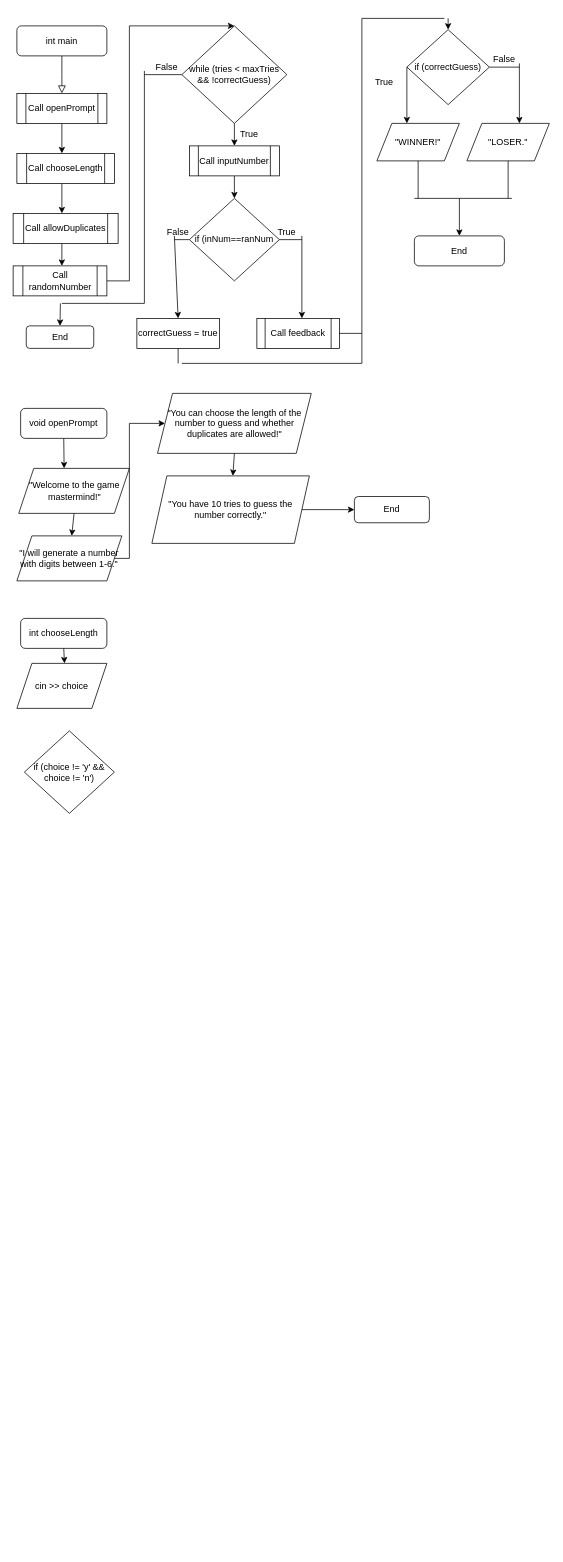
The draw.io diagram Mastermind/Untitled Diagram.drawio in calipalii/CIS7, before the edit. Source tidied: cells renumbered, new cells numbered last; positions are measured from the earlier drawing's top-left corner, leaving out a move shared by most shapes. Both pictures are drawn from the tidied source at 75%, with x=0, y=0 at pixel (13, 18).
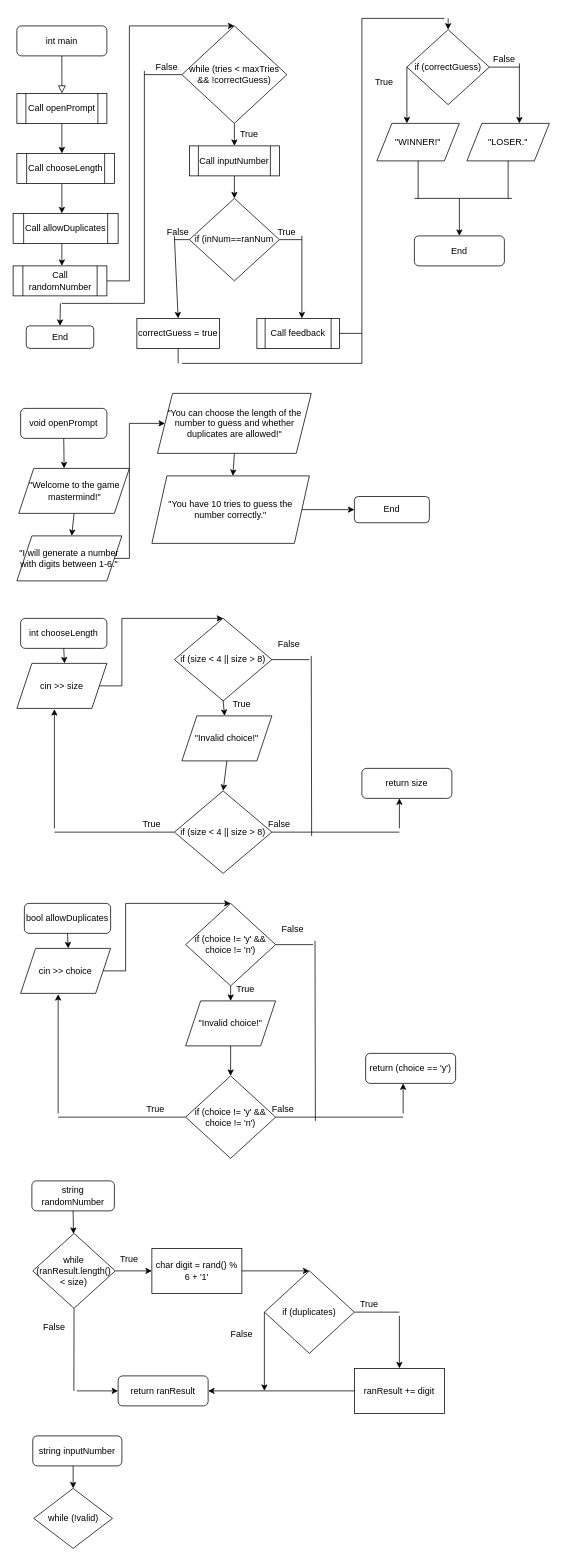
After the change.

Diff of the diagram source:
```diff
@@
-    <mxCell id="69" value="cin &amp;gt;&amp;gt; choice" style="shape=parallelogram;perimeter=parallelogramPerimeter;whiteSpace=wrap;html=1;fixedSize=1;" parent="1" vertex="1">
+    <mxCell id="69" value="cin &amp;gt;&amp;gt; size" style="shape=parallelogram;perimeter=parallelogramPerimeter;whiteSpace=wrap;html=1;fixedSize=1;" parent="1" vertex="1">
       <mxGeometry x="5" y="860" width="120" height="60" as="geometry" />
     </mxCell>
-    <mxCell id="70" value="if (choice != 'y' &amp;amp;&amp;amp; choice != 'n')" style="rhombus;whiteSpace=wrap;html=1;" parent="1" vertex="1">
-      <mxGeometry x="15" y="950" width="120" height="110" as="geometry" />
+    <mxCell id="70" value="if (size &amp;lt; 4 || size &amp;gt; 8)" style="rhombus;whiteSpace=wrap;html=1;" parent="1" vertex="1">
+      <mxGeometry x="215" y="800" width="130" height="110" as="geometry" />
     </mxCell>
+    <mxCell id="71" style="endArrow=none;html=1;rounded=0;exitX=1;exitY=0.5;exitDx=0;exitDy=0;" parent="1" edge="1" source="69">
+      <mxGeometry relative="1" as="geometry">
+        <mxPoint x="145" y="890" as="targetPoint" />
+      </mxGeometry>
+    </mxCell>
+    <mxCell id="72" style="endArrow=none;html=1;rounded=0;" parent="1" edge="1">
+      <mxGeometry relative="1" as="geometry">
+        <mxPoint x="145" y="890" as="sourcePoint" />
+        <mxPoint x="145" y="800" as="targetPoint" />
+      </mxGeometry>
+    </mxCell>
+    <mxCell id="73" style="endArrow=classic;html=1;rounded=0;entryX=0.5;entryY=0;entryDx=0;entryDy=0;" parent="1" edge="1" target="70">
+      <mxGeometry relative="1" as="geometry">
+        <mxPoint x="145" y="800" as="sourcePoint" />
+      </mxGeometry>
+    </mxCell>
+    <mxCell id="74" style="endArrow=classic;html=1;rounded=0;exitX=0.5;exitY=1;exitDx=0;exitDy=0;" parent="1" edge="1" source="70" target="75">
+      <mxGeometry relative="1" as="geometry" />
+    </mxCell>
+    <mxCell id="75" value="&quot;Invalid choice!&quot;" style="shape=parallelogram;perimeter=parallelogramPerimeter;whiteSpace=wrap;html=1;fixedSize=1;" parent="1" vertex="1">
+      <mxGeometry x="225" y="930" width="120" height="60" as="geometry" />
+    </mxCell>
+    <mxCell id="76" style="endArrow=classic;html=1;rounded=0;exitX=0.5;exitY=1;exitDx=0;exitDy=0;entryX=0.5;entryY=0;entryDx=0;entryDy=0;" parent="1" edge="1" source="75" target="77">
+      <mxGeometry relative="1" as="geometry" />
+    </mxCell>
+    <mxCell id="77" value="if (size &amp;lt; 4 || size &amp;gt; 8)" style="rhombus;whiteSpace=wrap;html=1;" parent="1" vertex="1">
+      <mxGeometry x="215" y="1030" width="130" height="110" as="geometry" />
+    </mxCell>
+    <mxCell id="78" value="True" style="text;html=1;align=center;verticalAlign=middle;whiteSpace=wrap;rounded=0;" parent="1" vertex="1">
+      <mxGeometry x="275" y="900" width="60" height="30" as="geometry" />
+    </mxCell>
+    <mxCell id="79" style="endArrow=none;html=1;rounded=0;exitX=1;exitY=0.5;exitDx=0;exitDy=0;" parent="1" edge="1" source="70">
+      <mxGeometry relative="1" as="geometry">
+        <mxPoint x="395" y="855" as="targetPoint" />
+      </mxGeometry>
+    </mxCell>
+    <mxCell id="80" value="False" style="text;html=1;align=center;verticalAlign=middle;whiteSpace=wrap;rounded=0;" parent="1" vertex="1">
+      <mxGeometry x="337.5" y="820" width="60" height="30" as="geometry" />
+    </mxCell>
+    <mxCell id="81" value="return size" style="rounded=1;whiteSpace=wrap;html=1;" parent="1" vertex="1">
+      <mxGeometry x="465" y="1000" width="120" height="40" as="geometry" />
+    </mxCell>
+    <mxCell id="82" style="endArrow=none;html=1;rounded=0;exitX=0;exitY=0.5;exitDx=0;exitDy=0;" parent="1" edge="1" source="77">
+      <mxGeometry relative="1" as="geometry">
+        <mxPoint x="55" y="1085" as="targetPoint" />
+      </mxGeometry>
+    </mxCell>
+    <mxCell id="83" style="endArrow=classic;html=1;rounded=0;entryX=0.417;entryY=1.017;entryDx=0;entryDy=0;entryPerimeter=0;" parent="1" edge="1" target="69">
+      <mxGeometry relative="1" as="geometry">
+        <mxPoint x="55" y="1080" as="sourcePoint" />
+      </mxGeometry>
+    </mxCell>
+    <mxCell id="84" value="True" style="text;html=1;align=center;verticalAlign=middle;whiteSpace=wrap;rounded=0;" parent="1" vertex="1">
+      <mxGeometry x="155" y="1060" width="60" height="30" as="geometry" />
+    </mxCell>
+    <mxCell id="85" style="endArrow=none;html=1;rounded=0;exitX=1;exitY=0.5;exitDx=0;exitDy=0;" parent="1" edge="1" source="77">
+      <mxGeometry relative="1" as="geometry">
+        <mxPoint x="515" y="1085" as="targetPoint" />
+      </mxGeometry>
+    </mxCell>
+    <mxCell id="86" style="endArrow=classic;html=1;rounded=0;entryX=0.417;entryY=1;entryDx=0;entryDy=0;entryPerimeter=0;" parent="1" edge="1" target="81">
+      <mxGeometry relative="1" as="geometry">
+        <mxPoint x="515" y="1080" as="sourcePoint" />
+      </mxGeometry>
+    </mxCell>
+    <mxCell id="87" value="False" style="text;html=1;align=center;verticalAlign=middle;whiteSpace=wrap;rounded=0;" parent="1" vertex="1">
+      <mxGeometry x="325" y="1060" width="60" height="30" as="geometry" />
+    </mxCell>
+    <mxCell id="88" style="endArrow=none;html=1;rounded=0;entryX=1;entryY=1;entryDx=0;entryDy=0;" parent="1" edge="1" target="80">
+      <mxGeometry relative="1" as="geometry">
+        <mxPoint x="398" y="1090" as="sourcePoint" />
+      </mxGeometry>
+    </mxCell>
+    <mxCell id="89" value="bool allowDuplicates" style="rounded=1;whiteSpace=wrap;html=1;" parent="1" vertex="1">
+      <mxGeometry x="15" y="1180" width="115" height="40" as="geometry" />
+    </mxCell>
+    <mxCell id="90" style="endArrow=classic;html=1;rounded=0;exitX=0.5;exitY=1;exitDx=0;exitDy=0;" parent="1" edge="1" source="89">
+      <mxGeometry relative="1" as="geometry">
+        <mxPoint x="73.5" y="1240" as="targetPoint" />
+      </mxGeometry>
+    </mxCell>
+    <mxCell id="91" value="cin &amp;gt;&amp;gt; choice" style="shape=parallelogram;perimeter=parallelogramPerimeter;whiteSpace=wrap;html=1;fixedSize=1;" parent="1" vertex="1">
+      <mxGeometry x="10" y="1240" width="120" height="60" as="geometry" />
+    </mxCell>
+    <mxCell id="92" value="if (choice != 'y' &amp;amp;&amp;amp; choice != 'n')" style="rhombus;whiteSpace=wrap;html=1;" parent="1" vertex="1">
+      <mxGeometry x="230" y="1180" width="120" height="110" as="geometry" />
+    </mxCell>
+    <mxCell id="93" style="endArrow=none;html=1;rounded=0;exitX=1;exitY=0.5;exitDx=0;exitDy=0;" parent="1" edge="1" source="91">
+      <mxGeometry relative="1" as="geometry">
+        <mxPoint x="150" y="1270" as="targetPoint" />
+      </mxGeometry>
+    </mxCell>
+    <mxCell id="94" style="endArrow=none;html=1;rounded=0;" parent="1" edge="1">
+      <mxGeometry relative="1" as="geometry">
+        <mxPoint x="150" y="1270" as="sourcePoint" />
+        <mxPoint x="150" y="1180" as="targetPoint" />
+      </mxGeometry>
+    </mxCell>
+    <mxCell id="95" style="endArrow=classic;html=1;rounded=0;entryX=0.5;entryY=0;entryDx=0;entryDy=0;" parent="1" edge="1" target="92">
+      <mxGeometry relative="1" as="geometry">
+        <mxPoint x="150" y="1180" as="sourcePoint" />
+      </mxGeometry>
+    </mxCell>
+    <mxCell id="96" style="endArrow=classic;html=1;rounded=0;exitX=0.5;exitY=1;exitDx=0;exitDy=0;" parent="1" edge="1" source="92" target="97">
+      <mxGeometry relative="1" as="geometry" />
+    </mxCell>
+    <mxCell id="97" value="&quot;Invalid choice!&quot;" style="shape=parallelogram;perimeter=parallelogramPerimeter;whiteSpace=wrap;html=1;fixedSize=1;" parent="1" vertex="1">
+      <mxGeometry x="230" y="1310" width="120" height="60" as="geometry" />
+    </mxCell>
+    <mxCell id="98" style="endArrow=classic;html=1;rounded=0;exitX=0.5;exitY=1;exitDx=0;exitDy=0;entryX=0.5;entryY=0;entryDx=0;entryDy=0;" parent="1" edge="1" source="97" target="99">
+      <mxGeometry relative="1" as="geometry" />
+    </mxCell>
+    <mxCell id="99" value="if (choice != 'y' &amp;amp;&amp;amp; choice != 'n')" style="rhombus;whiteSpace=wrap;html=1;" parent="1" vertex="1">
+      <mxGeometry x="230" y="1410" width="120" height="110" as="geometry" />
+    </mxCell>
+    <mxCell id="100" value="True" style="text;html=1;align=center;verticalAlign=middle;whiteSpace=wrap;rounded=0;" parent="1" vertex="1">
+      <mxGeometry x="280" y="1280" width="60" height="30" as="geometry" />
+    </mxCell>
+    <mxCell id="101" style="endArrow=none;html=1;rounded=0;exitX=1;exitY=0.5;exitDx=0;exitDy=0;" parent="1" edge="1" source="92">
+      <mxGeometry relative="1" as="geometry">
+        <mxPoint x="400" y="1235" as="targetPoint" />
+      </mxGeometry>
+    </mxCell>
+    <mxCell id="102" value="False" style="text;html=1;align=center;verticalAlign=middle;whiteSpace=wrap;rounded=0;" parent="1" vertex="1">
+      <mxGeometry x="342.5" y="1200" width="60" height="30" as="geometry" />
+    </mxCell>
+    <mxCell id="103" value="return (choice == 'y')" style="rounded=1;whiteSpace=wrap;html=1;" parent="1" vertex="1">
+      <mxGeometry x="470" y="1380" width="120" height="40" as="geometry" />
+    </mxCell>
+    <mxCell id="104" style="endArrow=none;html=1;rounded=0;exitX=0;exitY=0.5;exitDx=0;exitDy=0;" parent="1" edge="1" source="99">
+      <mxGeometry relative="1" as="geometry">
+        <mxPoint x="60" y="1465" as="targetPoint" />
+      </mxGeometry>
+    </mxCell>
+    <mxCell id="105" style="endArrow=classic;html=1;rounded=0;entryX=0.417;entryY=1.017;entryDx=0;entryDy=0;entryPerimeter=0;" parent="1" edge="1" target="91">
+      <mxGeometry relative="1" as="geometry">
+        <mxPoint x="60" y="1460" as="sourcePoint" />
+      </mxGeometry>
+    </mxCell>
+    <mxCell id="106" value="True" style="text;html=1;align=center;verticalAlign=middle;whiteSpace=wrap;rounded=0;" parent="1" vertex="1">
+      <mxGeometry x="160" y="1440" width="60" height="30" as="geometry" />
+    </mxCell>
+    <mxCell id="107" style="endArrow=none;html=1;rounded=0;exitX=1;exitY=0.5;exitDx=0;exitDy=0;" parent="1" edge="1" source="99">
+      <mxGeometry relative="1" as="geometry">
+        <mxPoint x="520" y="1465" as="targetPoint" />
+      </mxGeometry>
+    </mxCell>
+    <mxCell id="108" style="endArrow=classic;html=1;rounded=0;entryX=0.417;entryY=1;entryDx=0;entryDy=0;entryPerimeter=0;" parent="1" edge="1" target="103">
+      <mxGeometry relative="1" as="geometry">
+        <mxPoint x="520" y="1460" as="sourcePoint" />
+      </mxGeometry>
+    </mxCell>
+    <mxCell id="109" value="False" style="text;html=1;align=center;verticalAlign=middle;whiteSpace=wrap;rounded=0;" parent="1" vertex="1">
+      <mxGeometry x="330" y="1440" width="60" height="30" as="geometry" />
+    </mxCell>
+    <mxCell id="110" style="endArrow=none;html=1;rounded=0;entryX=1;entryY=1;entryDx=0;entryDy=0;" parent="1" edge="1" target="102">
+      <mxGeometry relative="1" as="geometry">
+        <mxPoint x="403" y="1470" as="sourcePoint" />
+      </mxGeometry>
+    </mxCell>
+    <mxCell id="111" value="string randomNumber" style="rounded=1;whiteSpace=wrap;html=1;" parent="1" vertex="1">
+      <mxGeometry x="25" y="1550" width="110" height="40" as="geometry" />
+    </mxCell>
+    <mxCell id="112" style="endArrow=classic;html=1;rounded=0;exitX=0.5;exitY=1;exitDx=0;exitDy=0;" parent="1" edge="1" source="111" target="113">
+      <mxGeometry relative="1" as="geometry" />
+    </mxCell>
+    <mxCell id="113" value="while (ranResult.length() &amp;lt; size)" style="rhombus;whiteSpace=wrap;html=1;" parent="1" vertex="1">
+      <mxGeometry x="26.2" y="1620" width="110" height="100" as="geometry" />
+    </mxCell>
+    <mxCell id="114" style="endArrow=classic;html=1;rounded=0;exitX=1;exitY=0.5;exitDx=0;exitDy=0;" parent="1" edge="1" source="113">
+      <mxGeometry relative="1" as="geometry">
+        <mxPoint x="185" y="1670" as="targetPoint" />
+      </mxGeometry>
+    </mxCell>
+    <mxCell id="115" value="True" style="text;html=1;align=center;verticalAlign=middle;whiteSpace=wrap;rounded=0;" parent="1" vertex="1">
+      <mxGeometry x="125" y="1640" width="60" height="30" as="geometry" />
+    </mxCell>
+    <mxCell id="116" value="char digit = rand() % 6 + '1'" style="rounded=0;whiteSpace=wrap;html=1;" parent="1" vertex="1">
+      <mxGeometry x="185" y="1640" width="120" height="60" as="geometry" />
+    </mxCell>
+    <mxCell id="117" value="if (duplicates)" style="rhombus;whiteSpace=wrap;html=1;" parent="1" vertex="1">
+      <mxGeometry x="335" y="1670" width="120" height="110" as="geometry" />
+    </mxCell>
+    <mxCell id="118" style="endArrow=classic;html=1;rounded=0;exitX=1;exitY=0.5;exitDx=0;exitDy=0;" parent="1" edge="1" source="116">
+      <mxGeometry relative="1" as="geometry">
+        <mxPoint x="395" y="1670" as="targetPoint" />
+      </mxGeometry>
+    </mxCell>
+    <mxCell id="119" style="endArrow=none;html=1;rounded=0;entryX=1;entryY=0.5;entryDx=0;entryDy=0;" parent="1" edge="1" target="117">
+      <mxGeometry relative="1" as="geometry">
+        <mxPoint x="515" y="1725" as="sourcePoint" />
+      </mxGeometry>
+    </mxCell>
+    <mxCell id="120" style="endArrow=classic;html=1;rounded=0;" parent="1" edge="1">
+      <mxGeometry relative="1" as="geometry">
+        <mxPoint x="515" y="1730" as="sourcePoint" />
+        <mxPoint x="515" y="1800" as="targetPoint" />
+      </mxGeometry>
+    </mxCell>
+    <mxCell id="121" value="ranResult += digit" style="rounded=0;whiteSpace=wrap;html=1;" parent="1" vertex="1">
+      <mxGeometry x="455" y="1800" width="120" height="60" as="geometry" />
+    </mxCell>
+    <mxCell id="122" value="True" style="text;html=1;align=center;verticalAlign=middle;whiteSpace=wrap;rounded=0;" parent="1" vertex="1">
+      <mxGeometry x="445" y="1700" width="60" height="30" as="geometry" />
+    </mxCell>
+    <mxCell id="123" value="return ranResult" style="rounded=1;whiteSpace=wrap;html=1;" parent="1" vertex="1">
+      <mxGeometry x="140" y="1810" width="120" height="40" as="geometry" />
+    </mxCell>
+    <mxCell id="124" style="endArrow=classic;html=1;rounded=0;entryX=1;entryY=0.5;entryDx=0;entryDy=0;exitX=0;exitY=0.5;exitDx=0;exitDy=0;" parent="1" edge="1" source="121" target="123">
+      <mxGeometry relative="1" as="geometry" />
+    </mxCell>
+    <mxCell id="125" style="endArrow=classic;html=1;rounded=0;exitX=0;exitY=0.5;exitDx=0;exitDy=0;" parent="1" edge="1" source="117">
+      <mxGeometry relative="1" as="geometry">
+        <mxPoint x="335" y="1830" as="targetPoint" />
+      </mxGeometry>
+    </mxCell>
+    <mxCell id="126" value="False" style="text;html=1;align=center;verticalAlign=middle;whiteSpace=wrap;rounded=0;" parent="1" vertex="1">
+      <mxGeometry x="275" y="1739" width="60" height="30" as="geometry" />
+    </mxCell>
+    <mxCell id="127" style="endArrow=none;html=1;rounded=0;entryX=0.5;entryY=1;entryDx=0;entryDy=0;" parent="1" edge="1" target="113">
+      <mxGeometry relative="1" as="geometry">
+        <mxPoint x="81" y="1830" as="sourcePoint" />
+      </mxGeometry>
+    </mxCell>
+    <mxCell id="128" style="endArrow=classic;html=1;rounded=0;entryX=0;entryY=0.5;entryDx=0;entryDy=0;" parent="1" edge="1" target="123">
+      <mxGeometry relative="1" as="geometry">
+        <mxPoint x="85" y="1830" as="sourcePoint" />
+      </mxGeometry>
+    </mxCell>
+    <mxCell id="129" value="False" style="text;html=1;align=center;verticalAlign=middle;whiteSpace=wrap;rounded=0;" parent="1" vertex="1">
+      <mxGeometry x="25" y="1730" width="60" height="30" as="geometry" />
+    </mxCell>
+    <mxCell id="130" value="string inputNumber" style="rounded=1;whiteSpace=wrap;html=1;" parent="1" vertex="1">
+      <mxGeometry x="26.2" y="1890" width="118.8" height="40" as="geometry" />
+    </mxCell>
+    <mxCell id="131" style="endArrow=classic;html=1;rounded=0;exitX=0.453;exitY=1;exitDx=0;exitDy=0;exitPerimeter=0;" parent="1" edge="1" source="130" target="132">
+      <mxGeometry relative="1" as="geometry" />
+    </mxCell>
+    <mxCell id="132" value="while (!valid)" style="rhombus;whiteSpace=wrap;html=1;" parent="1" vertex="1">
+      <mxGeometry x="27.5" y="1960" width="105" height="80" as="geometry" />
+    </mxCell>
```
